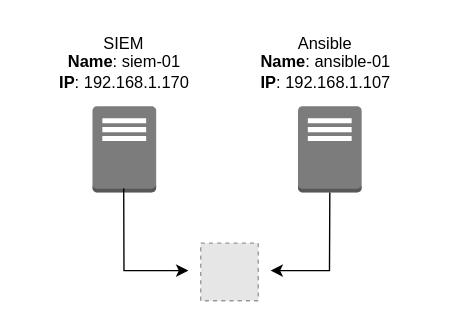
This is siem-elk-ansible.drawio from gmorgan9/flow-diagrams, a draw.io file, before an edit. Source tidied: cells renumbered, new cells numbered last; positions are measured from the earlier drawing's top-left corner, leaving out a move shared by most shapes. Both pictures are drawn from the tidied source at 137%, with x=0, y=0 at pixel (23, 23). Pictures stored in the file or linked from it are replaced by grey dashed boxes.
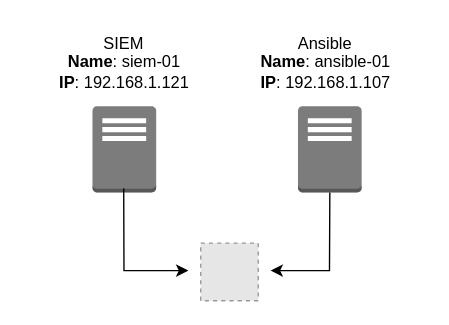
Above is the later version.

Commit message:
updating ip address for SIEM

Change to the diagram source:
```diff
@@
 <mxGraphModel>
   <root>
     <mxCell id="0" />
     <mxCell id="1" parent="0" />
     <mxCell id="2" style="dashed=0;verticalLabelPosition=bottom;verticalAlign=top;align=center;html=1;shape=mxgraph.aws3.traditional_server;fillColor=#7D7C7C;gradientColor=none;" parent="1" vertex="1">
       <mxGeometry x="50" y="60" width="46.5" height="63" as="geometry" />
     </mxCell>
     <mxCell id="3" style="outlineConnect=0;dashed=0;verticalLabelPosition=bottom;verticalAlign=top;align=center;html=1;shape=mxgraph.aws3.traditional_server;fillColor=#7D7C7C;gradientColor=none;" parent="1" vertex="1">
       <mxGeometry x="200" y="60" width="46.5" height="63" as="geometry" />
     </mxCell>
     <mxCell id="4" value="SIEM" style="text;strokeColor=none;align=center;fillColor=none;html=1;verticalAlign=middle;whiteSpace=wrap;rounded=0;" parent="1" vertex="1">
       <mxGeometry x="43.2" width="60" height="30" as="geometry" />
     </mxCell>
     <mxCell id="5" value="Ansible" style="text;strokeColor=none;align=center;fillColor=none;html=1;verticalAlign=middle;whiteSpace=wrap;rounded=0;" parent="1" vertex="1">
       <mxGeometry x="190" width="60" height="30" as="geometry" />
     </mxCell>
-    <mxCell id="6" value="&lt;b&gt;Name&lt;/b&gt;: siem-01&lt;br&gt;&lt;b&gt;IP&lt;/b&gt;: 192.168.1.170" style="text;strokeColor=none;align=center;fillColor=none;html=1;verticalAlign=middle;whiteSpace=wrap;rounded=0;" parent="1" vertex="1">
+    <mxCell id="6" value="&lt;b&gt;Name&lt;/b&gt;: siem-01&lt;br&gt;&lt;b&gt;IP&lt;/b&gt;: 192.168.1.121" style="text;strokeColor=none;align=center;fillColor=none;html=1;verticalAlign=middle;whiteSpace=wrap;rounded=0;" parent="1" vertex="1">
       <mxGeometry x="-0.1" y="10" width="146.8" height="50" as="geometry" />
     </mxCell>
     <mxCell id="7" value="&lt;b&gt;Name&lt;/b&gt;: ansible-01&lt;br&gt;&lt;b&gt;IP&lt;/b&gt;: 192.168.1.107" style="text;strokeColor=none;align=center;fillColor=none;html=1;verticalAlign=middle;whiteSpace=wrap;rounded=0;" parent="1" vertex="1">
       <mxGeometry x="146.6" y="10" width="146.8" height="50" as="geometry" />
     </mxCell>
     <mxCell id="8" style="edgeStyle=none;orthogonalLoop=1;jettySize=auto;html=1;rounded=0;" parent="1" edge="1">
       <mxGeometry relative="1" as="geometry">
         <mxPoint x="72.8" y="120" as="sourcePoint" />
         <mxPoint x="120" y="180" as="targetPoint" />
         <Array as="points">
           <mxPoint x="73" y="180" />
         </Array>
       </mxGeometry>
     </mxCell>
     <mxCell id="9" style="edgeStyle=none;jettySize=auto;html=1;rounded=0;exitX=0.5;exitY=1;exitDx=0;exitDy=0;exitPerimeter=0;" parent="1" edge="1" source="3">
       <mxGeometry relative="1" as="geometry">
         <mxPoint x="180" y="180" as="targetPoint" />
         <Array as="points">
           <mxPoint x="223" y="180" />
         </Array>
       </mxGeometry>
     </mxCell>
     <mxCell id="10" style="fillColor=#E6E6E6;strokeColor=#999999;dashed=1;verticalLabelPosition=bottom;verticalAlign=top;" parent="1" vertex="1">
       <mxGeometry x="129" y="160" width="42" height="42" as="geometry" />
     </mxCell>
   </root>
 </mxGraphModel>
```
